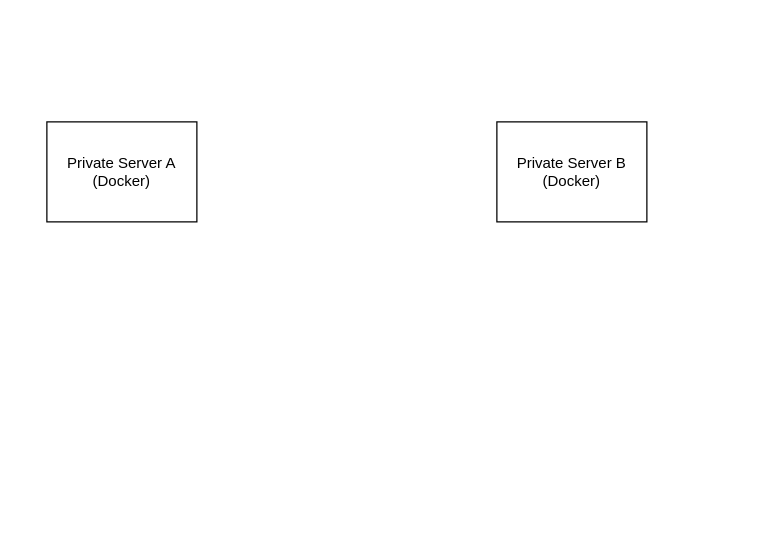
Before: docs/diagram.drawio in mchlp/encryptchat, a draw.io diagram. Source tidied: cells renumbered, new cells numbered last; positions are measured from the earlier drawing's top-left corner, leaving out a move shared by most shapes. Both pictures are drawn from the tidied source at 125%, with x=0, y=0 at pixel (46, 121).
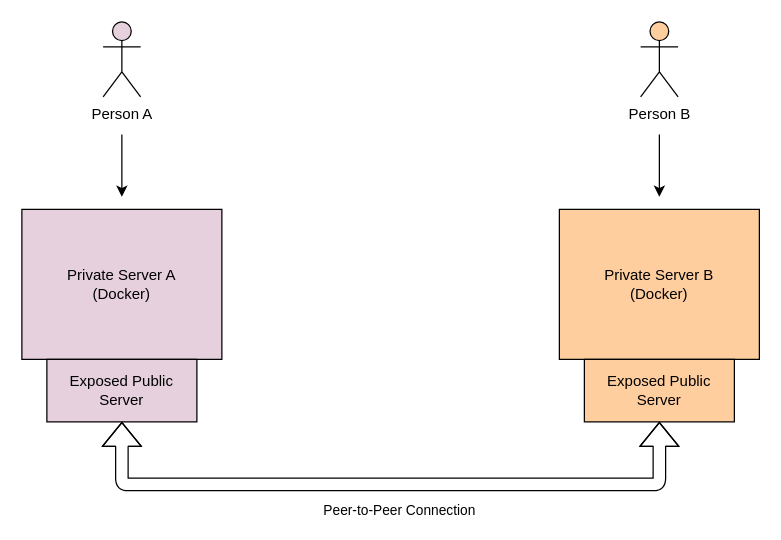
Above is the later version.

Change to the diagram source:
```diff
@@
 <mxGraphModel>
   <root>
     <mxCell id="0" />
     <mxCell id="1" parent="0" />
-    <mxCell id="2" value="Private Server A&lt;br&gt;(Docker)" style="rounded=0;whiteSpace=wrap;html=1;" parent="1" vertex="1">
-      <mxGeometry width="120" height="80" as="geometry" />
+    <mxCell id="2" value="Private Server A&lt;br&gt;(Docker)" style="rounded=0;whiteSpace=wrap;html=1;fillColor=#E6D0DE;" parent="1" vertex="1">
+      <mxGeometry x="-20" y="70" width="160" height="120" as="geometry" />
     </mxCell>
+    <mxCell id="4" style="edgeStyle=orthogonalEdgeStyle;rounded=0;orthogonalLoop=1;jettySize=auto;html=1;fillColor=#E6D0DE;" parent="1" edge="1">
+      <mxGeometry relative="1" as="geometry">
+        <mxPoint x="60" y="10" as="sourcePoint" />
+        <mxPoint x="60" y="60" as="targetPoint" />
+      </mxGeometry>
+    </mxCell>
+    <mxCell id="5" value="Person A" style="shape=umlActor;verticalLabelPosition=bottom;verticalAlign=top;html=1;fillColor=#E6D0DE;" parent="1" vertex="1">
+      <mxGeometry x="45" y="-80" width="30" height="60" as="geometry" />
+    </mxCell>
+    <mxCell id="6" value="Person B" style="shape=umlActor;verticalLabelPosition=bottom;verticalAlign=top;html=1;fillColor=#FFCE9F;" parent="1" vertex="1">
+      <mxGeometry x="475" y="-80" width="30" height="60" as="geometry" />
+    </mxCell>
+    <mxCell id="7" value="Exposed Public Server" style="rounded=0;whiteSpace=wrap;html=1;fillColor=#E6D0DE;" parent="1" vertex="1">
+      <mxGeometry y="190" width="120" height="50" as="geometry" />
+    </mxCell>
-    <mxCell id="3" value="Private Server B&lt;br&gt;(Docker)" style="rounded=0;whiteSpace=wrap;html=1;" parent="1" vertex="1">
-      <mxGeometry x="360" width="120" height="80" as="geometry" />
+    <mxCell id="3" value="Private Server B&lt;br&gt;(Docker)" style="rounded=0;whiteSpace=wrap;html=1;fillColor=#FFCE9F;" parent="1" vertex="1">
+      <mxGeometry x="410" y="70" width="160" height="120" as="geometry" />
     </mxCell>
+    <mxCell id="8" value="Exposed Public Server" style="rounded=0;whiteSpace=wrap;html=1;fillColor=#FFCE9F;" parent="1" vertex="1">
+      <mxGeometry x="430" y="190" width="120" height="50" as="geometry" />
+    </mxCell>
+    <mxCell id="9" style="edgeStyle=orthogonalEdgeStyle;rounded=0;orthogonalLoop=1;jettySize=auto;html=1;fillColor=#FFCE9F;" parent="1" edge="1">
+      <mxGeometry relative="1" as="geometry">
+        <mxPoint x="490" y="10" as="sourcePoint" />
+        <mxPoint x="490" y="60" as="targetPoint" />
+      </mxGeometry>
+    </mxCell>
+    <mxCell id="10" style="shape=flexArrow;endArrow=classic;startArrow=classic;html=1;entryX=0.5;entryY=1;entryDx=0;entryDy=0;exitX=0.5;exitY=1;exitDx=0;exitDy=0;" parent="1" edge="1" source="7" target="8">
+      <mxGeometry relative="1" as="geometry">
+        <Array as="points">
+          <mxPoint x="60" y="290" />
+          <mxPoint x="490" y="290" />
+        </Array>
+      </mxGeometry>
+    </mxCell>
+    <mxCell id="11" value="Peer-to-Peer Connection" style="edgeLabel;html=1;align=center;verticalAlign=middle;" parent="10" vertex="1">
+      <mxGeometry x="0.07" y="-2" relative="1" as="geometry">
+        <mxPoint x="-13" y="18" as="offset" />
+      </mxGeometry>
+    </mxCell>
   </root>
 </mxGraphModel>
```
